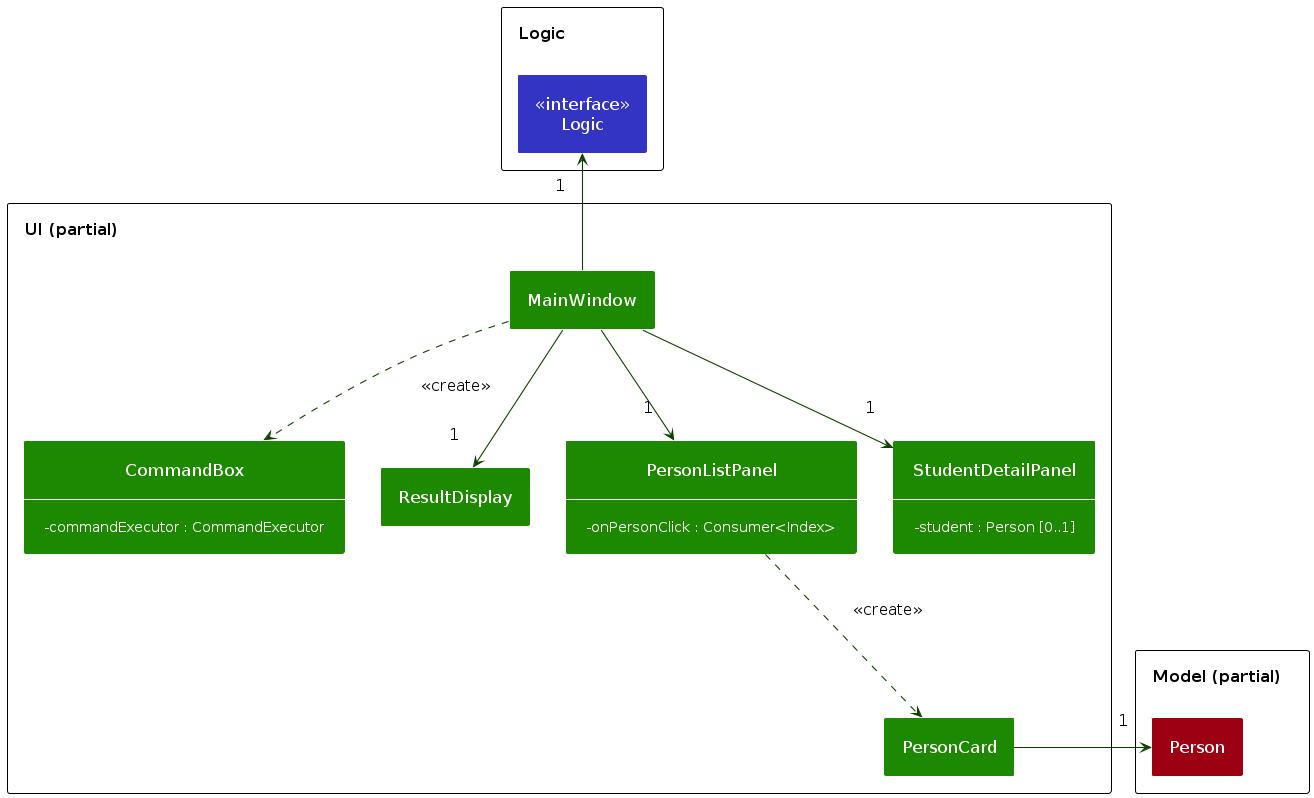
The PlantUML diagram diagrams/UiClassDiagram.png in AY2627S1-CS2103T-T11-1/tp, before a commit. Its source is kept beside it as diagrams/UiClassDiagram.puml. The source it was exported from:
```plantuml
@startuml
!include style.puml
skinparam arrowThickness 1.1
skinparam arrowColor UI_COLOR_T4
skinparam classBackgroundColor UI_COLOR
skinparam classFontSize 17
skinparam ClassAttributeFontColor #FFFFFF
skinparam ClassAttributeIconSize 0
skinparam ArrowFontSize 16
skinparam ArrowFontStyle plain
skinparam packageTitleAlignment left
skinparam Padding 15

package "UI (partial)" {
    class MainWindow
    class CommandBox {
        - commandExecutor : CommandExecutor
    }
    class ResultDisplay
    class PersonListPanel {
        - onPersonClick : Consumer<Index>
    }
    class PersonCard
    class StudentDetailPanel {
        - student : Person [0..1]
    }
}

package Logic {
    class "<<interface>>\nLogic" as LogicApi LOGIC_COLOR
}

package "Model (partial)" {
    class Person MODEL_COLOR
}

show fields
hide empty members

MainWindow -up-> "1" LogicApi
MainWindow -down-> "1" ResultDisplay
MainWindow .down.> CommandBox : <<create>>
MainWindow -down-> "1" PersonListPanel
MainWindow -down-> "1" StudentDetailPanel
PersonListPanel .down.> PersonCard : <<create>>
PersonCard -right-> "1" Person
@enduml
```
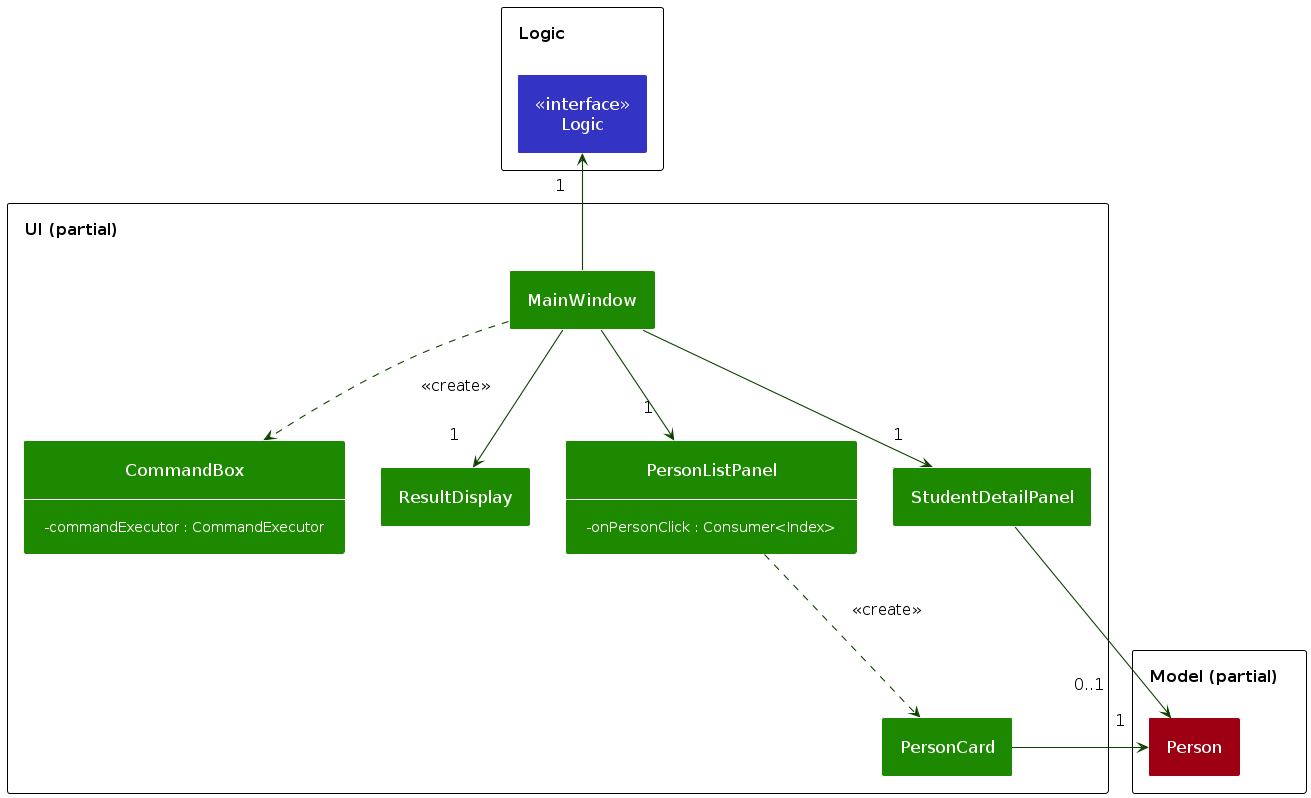
After the change.

Change to the diagram source:
```diff
@@ -21,9 +21,7 @@
         - onPersonClick : Consumer<Index>
     }
     class PersonCard
-    class StudentDetailPanel {
-        - student : Person [0..1]
-    }
+    class StudentDetailPanel
 }
 
 package Logic {
@@ -44,4 +42,5 @@
 MainWindow -down-> "1" StudentDetailPanel
 PersonListPanel .down.> PersonCard : <<create>>
 PersonCard -right-> "1" Person
+StudentDetailPanel -down-> "0..1<U+00A0><U+00A0><U+00A0><U+00A0><U+00A0><U+00A0><U+00A0><U+00A0>" Person
 @enduml
```
